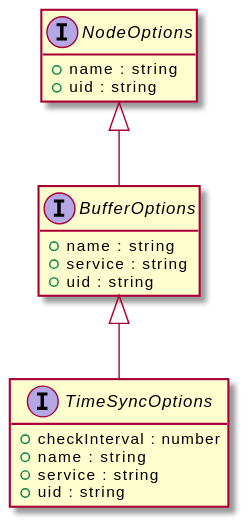
This is assets/BufferOptions-umlClassDiagram-12043.svg from OpenHPS/openhps-core, a PlantUML export, as it was before one commit.
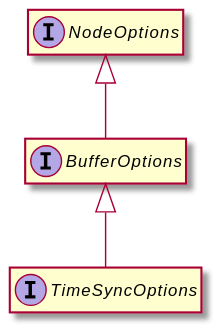
The same diagram one commit later.

The edit, as a diff of the source:
```diff
@@ -3,20 +3,11 @@
 hide empty methods
 hide empty fields
 interface "BufferOptions" {
-    +name : string
-    +service : string
-    +uid : string
 }
 interface "NodeOptions" {
-    +name : string
-    +uid : string
 }
 "NodeOptions" <|-- "BufferOptions"
 interface "TimeSyncOptions" {
-    +checkInterval : number
-    +name : string
-    +service : string
-    +uid : string
 }
 "BufferOptions" <|-- "TimeSyncOptions"
 @enduml
```
